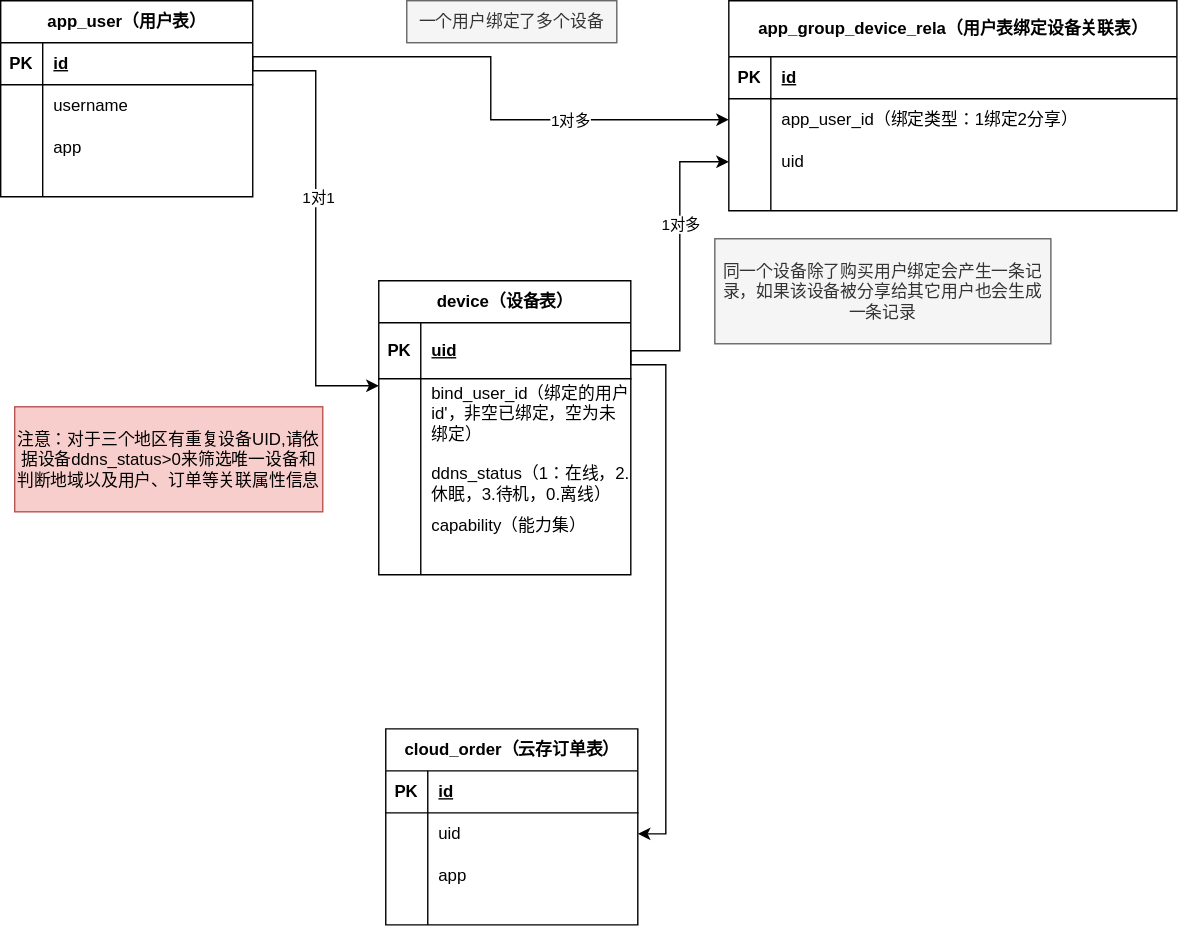
Earlier version of the draw.io export database/1-用户设备关系ER.drawio.svg (LiuXinStrive/ChaoWei). Source tidied: cells renumbered, new cells last; positions are measured from the earlier drawing's top-left corner, leaving out a move shared by most shapes.
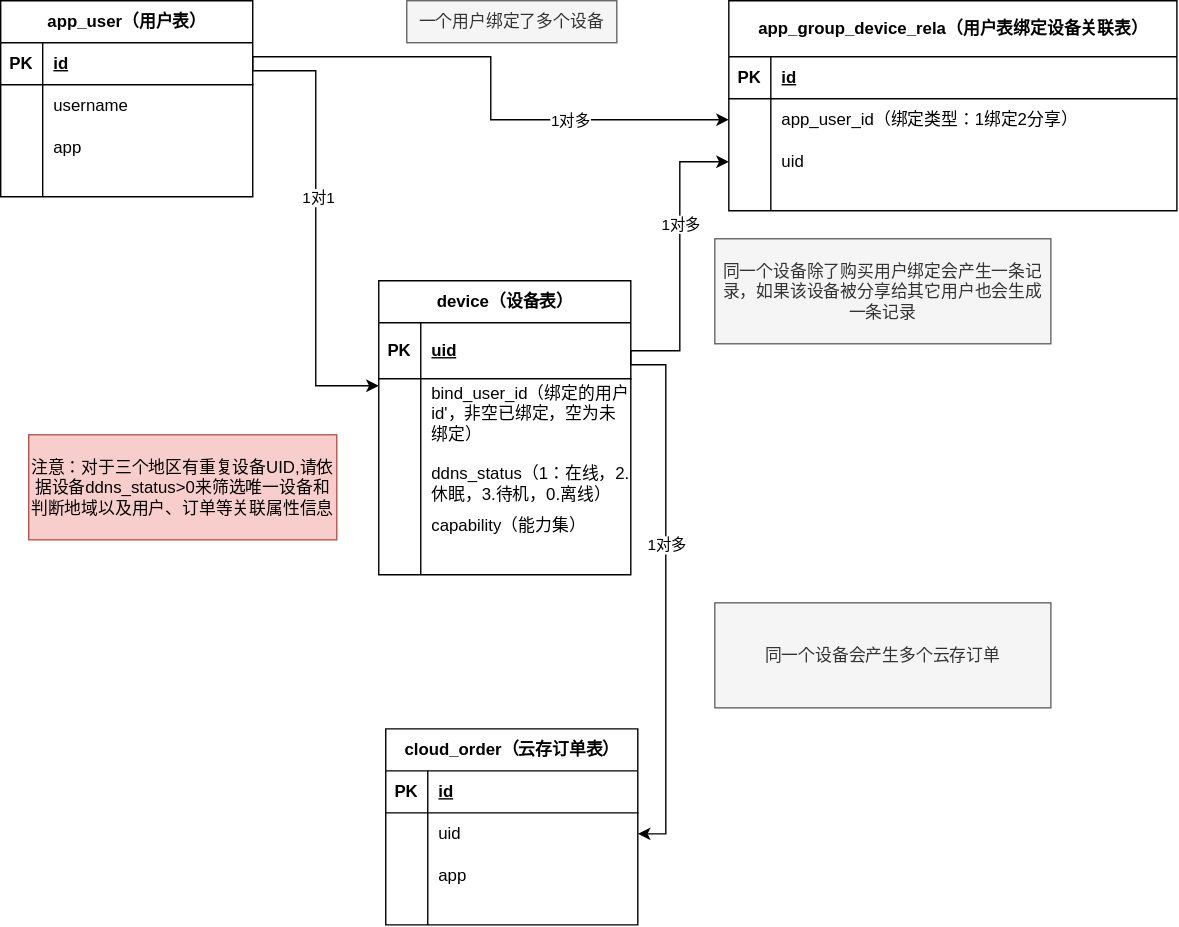
Above is the later version.

Commit message:
更新1-用户设备关系ER.drawio.svg

The edit, as a diff of the source:
```diff
@@ -161,7 +161,7 @@
       <mxGeometry x="290" width="150" height="30" as="geometry" />
     </mxCell>
     <mxCell id="50" value="注意：对于三个地区有重复设备UID,请依据设备ddns_status&amp;gt;0来筛选唯一设备和判断地域以及用户、订单等关联属性信息" style="text;html=1;whiteSpace=wrap;strokeColor=#b85450;fillColor=#f8cecc;align=center;verticalAlign=middle;rounded=0;" parent="1" vertex="1">
-      <mxGeometry x="10" y="290" width="220" height="75" as="geometry" />
+      <mxGeometry x="20" y="310" width="220" height="75" as="geometry" />
     </mxCell>
     <mxCell id="51" value="cloud_order（云存订单表）" style="shape=table;startSize=30;rowLines=0;fontStyle=1;align=center;html=1;" parent="1" vertex="1">
       <mxGeometry x="275" y="520" width="180" height="140" as="geometry" />
@@ -211,5 +211,11 @@
         </Array>
       </mxGeometry>
     </mxCell>
+    <mxCell id="65" value="1对多" style="edgeLabel;html=1;align=center;verticalAlign=middle;" parent="64" vertex="1">
+      <mxGeometry x="-0.16" relative="1" as="geometry" />
+    </mxCell>
+    <mxCell id="66" value="同一个设备会产生多个云存订单" style="text;html=1;whiteSpace=wrap;strokeColor=#666666;fillColor=#f5f5f5;align=center;verticalAlign=middle;rounded=0;fontColor=#333333;" parent="1" vertex="1">
+      <mxGeometry x="510" y="430" width="240" height="75" as="geometry" />
+    </mxCell>
   </root>
 </mxGraphModel>
```
